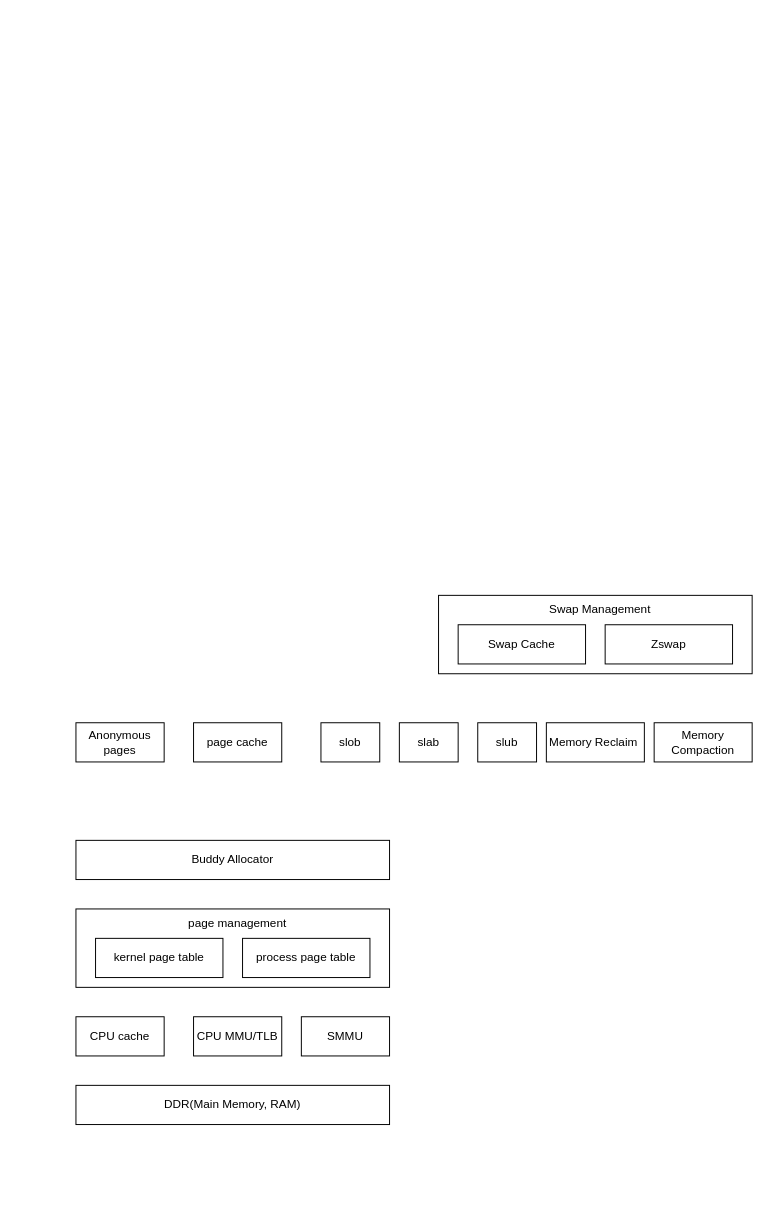
Above: page "Page-1" (1 of 2) of linux_mm.drawio in michaelyaoxxx/draw_io (draw.io), before the change. Source tidied: cells renumbered, new cells numbered last; positions are measured from the earlier drawing's top-left corner, leaving out a move shared by most shapes. Both pictures are drawn from the tidied source at 98%, with x=0, y=0 at pixel (75, 595).
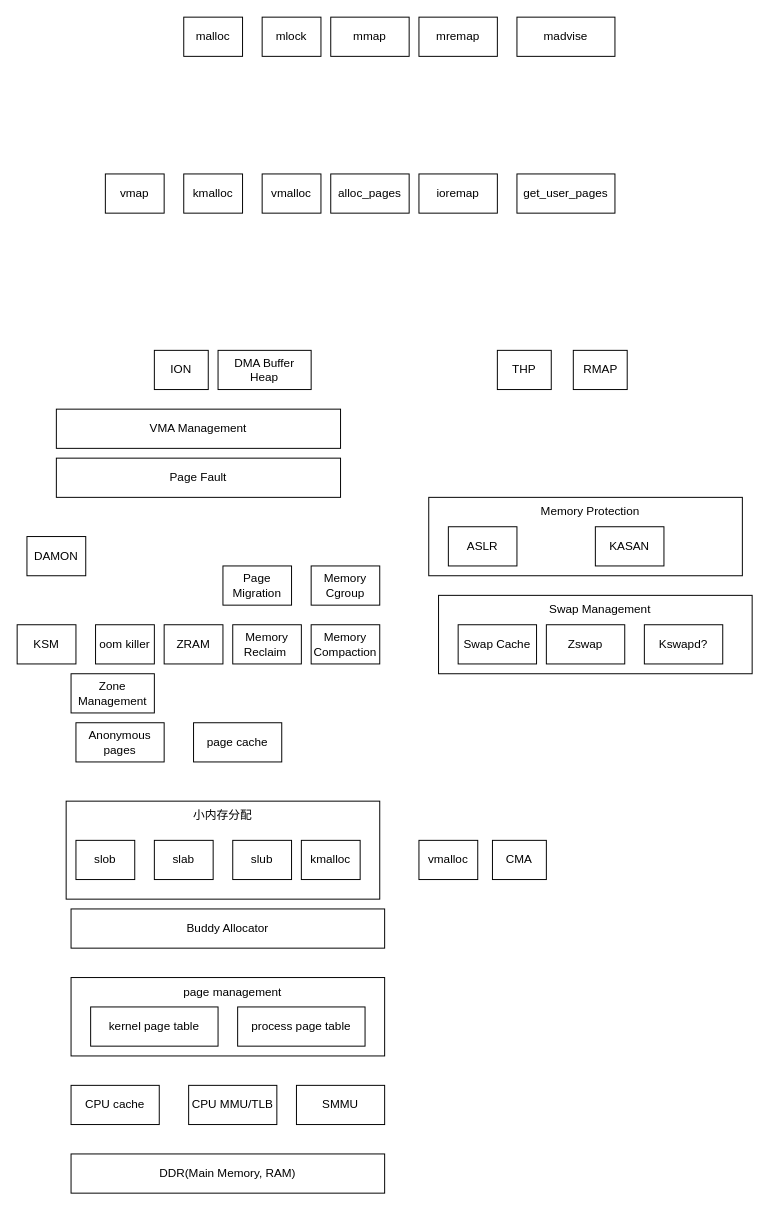
The same diagram, later.

Diff of the diagram source:
```diff
@@
+    <mxCell id="22" style="rounded=0;whiteSpace=wrap;html=1;" parent="1" vertex="1">
+      <mxGeometry x="-10" y="210" width="320" height="100" as="geometry" />
+    </mxCell>
     <mxCell id="2" style="rounded=0;whiteSpace=wrap;html=1;" parent="1" vertex="1">
-      <mxGeometry y="320" width="320" height="80" as="geometry" />
+      <mxGeometry x="-5" y="390" width="320" height="80" as="geometry" />
     </mxCell>
     <mxCell id="3" value="CPU cache" style="rounded=0;whiteSpace=wrap;html=1;" parent="1" vertex="1">
-      <mxGeometry y="430" width="90" height="40" as="geometry" />
+      <mxGeometry x="-5" y="500" width="90" height="40" as="geometry" />
     </mxCell>
     <mxCell id="4" value="CPU MMU/TLB" style="rounded=0;whiteSpace=wrap;html=1;" parent="1" vertex="1">
-      <mxGeometry x="120" y="430" width="90" height="40" as="geometry" />
+      <mxGeometry x="115" y="500" width="90" height="40" as="geometry" />
     </mxCell>
     <mxCell id="5" value="SMMU" style="rounded=0;whiteSpace=wrap;html=1;" parent="1" vertex="1">
-      <mxGeometry x="230" y="430" width="90" height="40" as="geometry" />
+      <mxGeometry x="225" y="500" width="90" height="40" as="geometry" />
     </mxCell>
     <mxCell id="6" value="DDR(Main Memory, RAM)" style="rounded=0;whiteSpace=wrap;html=1;" parent="1" vertex="1">
-      <mxGeometry y="500" width="320" height="40" as="geometry" />
+      <mxGeometry x="-5" y="570" width="320" height="40" as="geometry" />
     </mxCell>
     <mxCell id="7" value="Buddy Allocator" style="rounded=0;whiteSpace=wrap;html=1;" parent="1" vertex="1">
-      <mxGeometry y="250" width="320" height="40" as="geometry" />
+      <mxGeometry x="-5" y="320" width="320" height="40" as="geometry" />
     </mxCell>
     <mxCell id="8" value="kernel page table" style="rounded=0;whiteSpace=wrap;html=1;" parent="1" vertex="1">
-      <mxGeometry x="20" y="350" width="130" height="40" as="geometry" />
+      <mxGeometry x="15" y="420" width="130" height="40" as="geometry" />
     </mxCell>
     <mxCell id="9" value="process page table" style="rounded=0;whiteSpace=wrap;html=1;" parent="1" vertex="1">
-      <mxGeometry x="170" y="350" width="130" height="40" as="geometry" />
+      <mxGeometry x="165" y="420" width="130" height="40" as="geometry" />
     </mxCell>
     <mxCell id="10" value="page management" style="text;html=1;align=center;verticalAlign=middle;whiteSpace=wrap;rounded=0;" parent="1" vertex="1">
-      <mxGeometry x="90" y="320" width="150" height="30" as="geometry" />
+      <mxGeometry x="85" y="390" width="150" height="30" as="geometry" />
     </mxCell>
@@
     <mxCell id="13" value="&lt;span class=&quot;fontstyle0&quot;&gt;slob&lt;/span&gt;" style="rounded=0;whiteSpace=wrap;html=1;" parent="1" vertex="1">
-      <mxGeometry x="250" y="130" width="60" height="40" as="geometry" />
+      <mxGeometry y="250" width="60" height="40" as="geometry" />
     </mxCell>
     <mxCell id="14" value="&lt;span class=&quot;fontstyle0&quot;&gt;slab&lt;/span&gt;" style="rounded=0;whiteSpace=wrap;html=1;" parent="1" vertex="1">
-      <mxGeometry x="330" y="130" width="60" height="40" as="geometry" />
+      <mxGeometry x="80" y="250" width="60" height="40" as="geometry" />
     </mxCell>
     <mxCell id="15" value="&lt;span class=&quot;fontstyle0&quot;&gt;slub&lt;/span&gt;" style="rounded=0;whiteSpace=wrap;html=1;" parent="1" vertex="1">
-      <mxGeometry x="410" y="130" width="60" height="40" as="geometry" />
+      <mxGeometry x="160" y="250" width="60" height="40" as="geometry" />
     </mxCell>
     <mxCell id="16" value="Memory Reclaim&amp;nbsp;" style="rounded=0;whiteSpace=wrap;html=1;" parent="1" vertex="1">
-      <mxGeometry x="480" y="130" width="100" height="40" as="geometry" />
+      <mxGeometry x="160" y="30" width="70" height="40" as="geometry" />
     </mxCell>
     <mxCell id="17" value="Memory Compaction" style="rounded=0;whiteSpace=wrap;html=1;" parent="1" vertex="1">
-      <mxGeometry x="590" y="130" width="100" height="40" as="geometry" />
+      <mxGeometry x="240" y="30" width="70" height="40" as="geometry" />
     </mxCell>
@@
     <mxCell id="19" value="Swap Cache" style="rounded=0;whiteSpace=wrap;html=1;" parent="1" vertex="1">
-      <mxGeometry x="390" y="30" width="130" height="40" as="geometry" />
+      <mxGeometry x="390" y="30" width="80" height="40" as="geometry" />
     </mxCell>
     <mxCell id="20" value="Zswap" style="rounded=0;whiteSpace=wrap;html=1;" parent="1" vertex="1">
-      <mxGeometry x="540" y="30" width="130" height="40" as="geometry" />
+      <mxGeometry x="480" y="30" width="80" height="40" as="geometry" />
     </mxCell>
@@
+    <mxCell id="23" style="rounded=0;whiteSpace=wrap;html=1;" parent="1" vertex="1">
+      <mxGeometry x="360" y="-100" width="320" height="80" as="geometry" />
+    </mxCell>
+    <mxCell id="24" value="ASLR" style="rounded=0;whiteSpace=wrap;html=1;" parent="1" vertex="1">
+      <mxGeometry x="380" y="-70" width="70" height="40" as="geometry" />
+    </mxCell>
+    <mxCell id="25" value="KASAN" style="rounded=0;whiteSpace=wrap;html=1;" parent="1" vertex="1">
+      <mxGeometry x="530" y="-70" width="70" height="40" as="geometry" />
+    </mxCell>
+    <mxCell id="26" value="Memory Protection" style="text;html=1;align=center;verticalAlign=middle;whiteSpace=wrap;rounded=0;" parent="1" vertex="1">
+      <mxGeometry x="450" y="-100" width="150" height="30" as="geometry" />
+    </mxCell>
+    <mxCell id="27" value="CMA" style="rounded=0;whiteSpace=wrap;html=1;" parent="1" vertex="1">
+      <mxGeometry x="425" y="250" width="55" height="40" as="geometry" />
+    </mxCell>
+    <mxCell id="28" value="Kswapd?" style="rounded=0;whiteSpace=wrap;html=1;" parent="1" vertex="1">
+      <mxGeometry x="580" y="30" width="80" height="40" as="geometry" />
+    </mxCell>
+    <mxCell id="29" value="ZRAM" style="rounded=0;whiteSpace=wrap;html=1;" parent="1" vertex="1">
+      <mxGeometry x="90" y="30" width="60" height="40" as="geometry" />
+    </mxCell>
+    <mxCell id="30" value="DAMON" style="rounded=0;whiteSpace=wrap;html=1;" parent="1" vertex="1">
+      <mxGeometry x="-50" y="-60" width="60" height="40" as="geometry" />
+    </mxCell>
+    <mxCell id="31" value="oom killer" style="rounded=0;whiteSpace=wrap;html=1;" parent="1" vertex="1">
+      <mxGeometry x="20" y="30" width="60" height="40" as="geometry" />
+    </mxCell>
+    <mxCell id="32" value="KSM" style="rounded=0;whiteSpace=wrap;html=1;" parent="1" vertex="1">
+      <mxGeometry x="-60" y="30" width="60" height="40" as="geometry" />
+    </mxCell>
+    <mxCell id="33" value="Memory Cgroup" style="rounded=0;whiteSpace=wrap;html=1;" parent="1" vertex="1">
+      <mxGeometry x="240" y="-30" width="70" height="40" as="geometry" />
+    </mxCell>
+    <mxCell id="34" value="Page Fault" style="rounded=0;whiteSpace=wrap;html=1;" parent="1" vertex="1">
+      <mxGeometry x="-20" y="-140" width="290" height="40" as="geometry" />
+    </mxCell>
+    <mxCell id="35" value="VMA Management" style="rounded=0;whiteSpace=wrap;html=1;" parent="1" vertex="1">
+      <mxGeometry x="-20" y="-190" width="290" height="40" as="geometry" />
+    </mxCell>
+    <mxCell id="36" value="alloc_pages" style="rounded=0;whiteSpace=wrap;html=1;" parent="1" vertex="1">
+      <mxGeometry x="260" y="-430" width="80" height="40" as="geometry" />
+    </mxCell>
+    <mxCell id="37" value="vmalloc" style="rounded=0;whiteSpace=wrap;html=1;" parent="1" vertex="1">
+      <mxGeometry x="190" y="-430" width="60" height="40" as="geometry" />
+    </mxCell>
+    <mxCell id="38" value="kmalloc" style="rounded=0;whiteSpace=wrap;html=1;" parent="1" vertex="1">
+      <mxGeometry x="110" y="-430" width="60" height="40" as="geometry" />
+    </mxCell>
+    <mxCell id="39" value="ioremap" style="rounded=0;whiteSpace=wrap;html=1;" parent="1" vertex="1">
+      <mxGeometry x="350" y="-430" width="80" height="40" as="geometry" />
+    </mxCell>
+    <mxCell id="40" value="get_user_pages" style="rounded=0;whiteSpace=wrap;html=1;" parent="1" vertex="1">
+      <mxGeometry x="450" y="-430" width="100" height="40" as="geometry" />
+    </mxCell>
+    <mxCell id="41" value="Page Migration" style="rounded=0;whiteSpace=wrap;html=1;" parent="1" vertex="1">
+      <mxGeometry x="150" y="-30" width="70" height="40" as="geometry" />
+    </mxCell>
+    <mxCell id="42" value="THP" style="rounded=0;whiteSpace=wrap;html=1;" parent="1" vertex="1">
+      <mxGeometry x="430" y="-250" width="55" height="40" as="geometry" />
+    </mxCell>
+    <mxCell id="43" value="RMAP" style="rounded=0;whiteSpace=wrap;html=1;" parent="1" vertex="1">
+      <mxGeometry x="507.5" y="-250" width="55" height="40" as="geometry" />
+    </mxCell>
+    <mxCell id="44" value="mmap" style="rounded=0;whiteSpace=wrap;html=1;" parent="1" vertex="1">
+      <mxGeometry x="260" y="-590" width="80" height="40" as="geometry" />
+    </mxCell>
+    <mxCell id="45" value="mlock" style="rounded=0;whiteSpace=wrap;html=1;" parent="1" vertex="1">
+      <mxGeometry x="190" y="-590" width="60" height="40" as="geometry" />
+    </mxCell>
+    <mxCell id="46" value="malloc" style="rounded=0;whiteSpace=wrap;html=1;" parent="1" vertex="1">
+      <mxGeometry x="110" y="-590" width="60" height="40" as="geometry" />
+    </mxCell>
+    <mxCell id="47" value="mremap" style="rounded=0;whiteSpace=wrap;html=1;" parent="1" vertex="1">
+      <mxGeometry x="350" y="-590" width="80" height="40" as="geometry" />
+    </mxCell>
+    <mxCell id="48" value="madvise" style="rounded=0;whiteSpace=wrap;html=1;" parent="1" vertex="1">
+      <mxGeometry x="450" y="-590" width="100" height="40" as="geometry" />
+    </mxCell>
+    <mxCell id="49" value="ION" style="rounded=0;whiteSpace=wrap;html=1;" parent="1" vertex="1">
+      <mxGeometry x="80" y="-250" width="55" height="40" as="geometry" />
+    </mxCell>
+    <mxCell id="50" value="DMA Buffer&lt;div&gt;Heap&lt;/div&gt;" style="rounded=0;whiteSpace=wrap;html=1;" parent="1" vertex="1">
+      <mxGeometry x="145" y="-250" width="95" height="40" as="geometry" />
+    </mxCell>
+    <mxCell id="51" value="vmap" style="rounded=0;whiteSpace=wrap;html=1;" parent="1" vertex="1">
+      <mxGeometry x="30" y="-430" width="60" height="40" as="geometry" />
+    </mxCell>
+    <mxCell id="52" value="Zone Management" style="rounded=0;whiteSpace=wrap;html=1;" parent="1" vertex="1">
+      <mxGeometry x="-5" y="80" width="85" height="40" as="geometry" />
+    </mxCell>
+    <mxCell id="53" value="vmalloc" style="rounded=0;whiteSpace=wrap;html=1;" parent="1" vertex="1">
+      <mxGeometry x="350" y="250" width="60" height="40" as="geometry" />
+    </mxCell>
+    <mxCell id="54" value="kmalloc" style="rounded=0;whiteSpace=wrap;html=1;" parent="1" vertex="1">
+      <mxGeometry x="230" y="250" width="60" height="40" as="geometry" />
+    </mxCell>
+    <mxCell id="55" value="小内存分配" style="text;html=1;align=center;verticalAlign=middle;whiteSpace=wrap;rounded=0;" parent="1" vertex="1">
+      <mxGeometry x="75" y="210" width="150" height="30" as="geometry" />
+    </mxCell>
```
